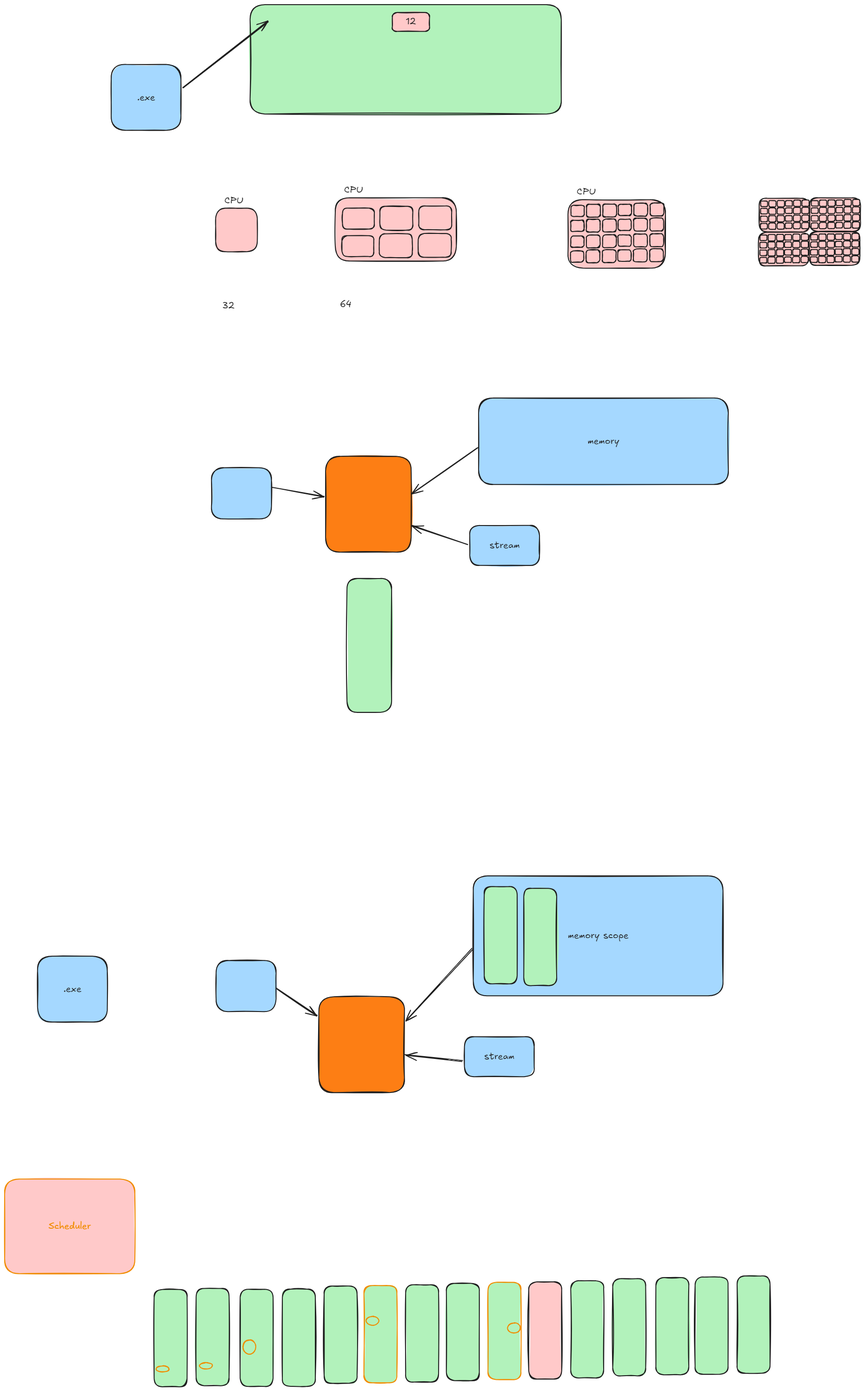
silvercodes/p32_p34_sp keeps this Excalidraw diagram as img/intro.excalidraw.png. Above is the earlier version. Source tidied: one line per element, renumbered; positions are measured from the earlier drawing's top-left corner, leaving out a move shared by most shapes.
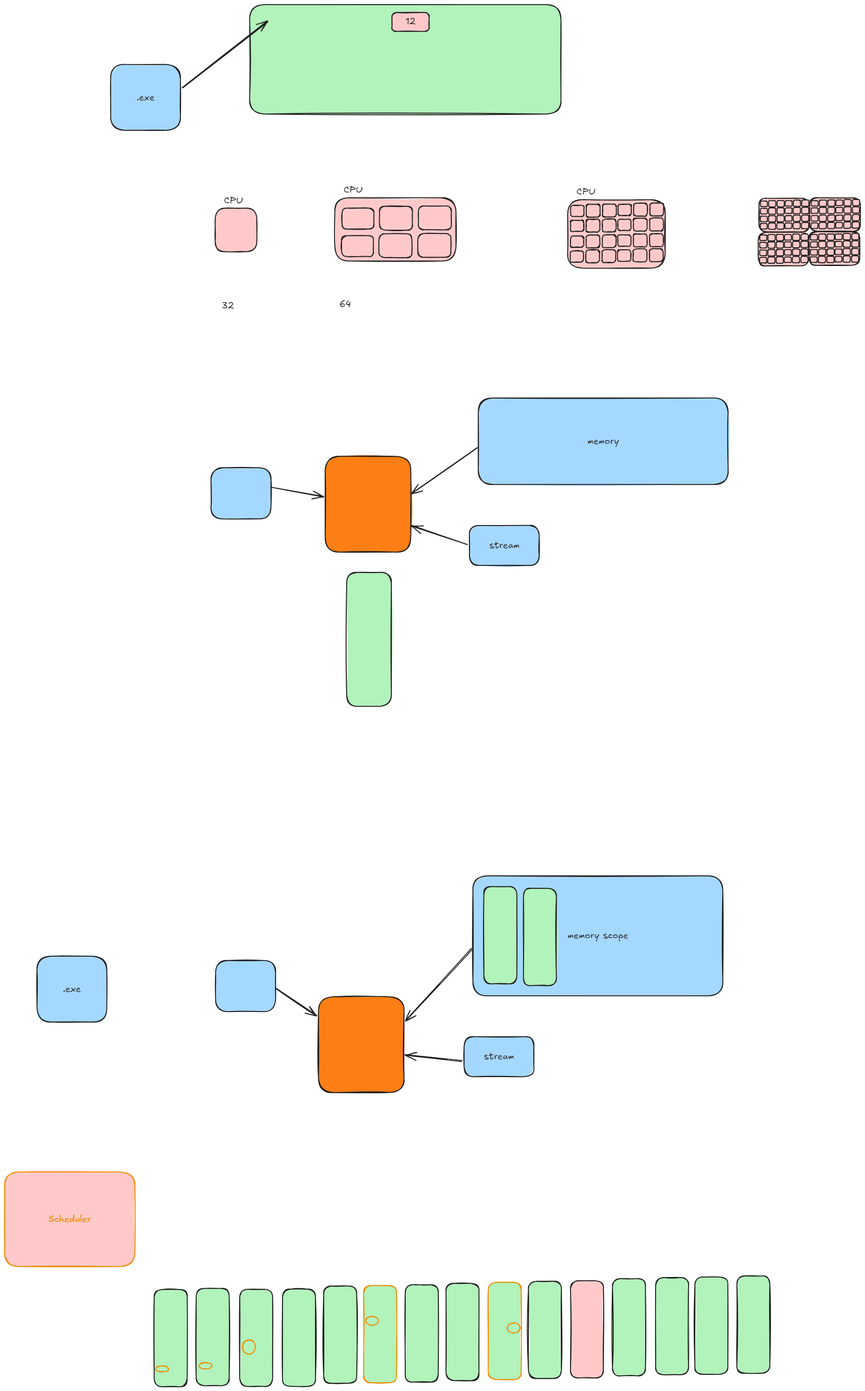
The same file after the commit.

What changed in the source:
```diff
@@ -151,7 +151,7 @@
 {"id": 150, "type": "arrow", "strokeColor": "#1e1e1e", "backgroundColor": "#a5d8ff", "fillStyle": "solid", "strokeWidth": 2, "roughness": 1, "endArrowhead": "arrow", "round": true, "from": 148, "to": 144, "x": 996, "y": 1160, "width": 120, "height": 40, "points": [[0, 0], [-120, -40]]}
 {"id": 151, "type": "rectangle", "strokeColor": "#1e1e1e", "backgroundColor": "#a5d8ff", "fillStyle": "solid", "strokeWidth": 2, "roughness": 1, "round": true, "x": 445, "y": 996, "width": 129, "height": 110}
 {"id": 152, "type": "arrow", "strokeColor": "#1e1e1e", "backgroundColor": "#a5d8ff", "fillStyle": "solid", "strokeWidth": 2, "roughness": 1, "endArrowhead": "arrow", "round": true, "from": 151, "to": 144, "x": 575, "y": 1037, "width": 111, "height": 21, "points": [[0, 0], [111, 21]]}
-{"id": 153, "type": "rectangle", "strokeColor": "#1e1e1e", "backgroundColor": "#b2f2bb", "fillStyle": "solid", "strokeWidth": 2, "roughness": 1, "round": true, "x": 736, "y": 1234, "width": 96, "height": 288}
+{"id": 153, "type": "rectangle", "strokeColor": "#1e1e1e", "backgroundColor": "#b2f2bb", "fillStyle": "solid", "strokeWidth": 2, "roughness": 1, "round": true, "x": 736, "y": 1221, "width": 96, "height": 288}
 {"id": 154, "type": "rectangle", "strokeColor": "#1e1e1e", "backgroundColor": "#a5d8ff", "fillStyle": "solid", "strokeWidth": 2, "roughness": 1, "round": true, "x": 71, "y": 2046, "width": 150, "height": 142}
 {"id": 155, "type": "text", "text": ".exe", "strokeColor": "#1e1e1e", "backgroundColor": "#a5d8ff", "fillStyle": "solid", "strokeWidth": 2, "roughness": 1, "fontSize": 20, "fontFamily": 5, "textAlign": "center", "verticalAlign": "middle", "inside": 154, "x": 126, "y": 2104, "width": 39, "height": 25}
 {"id": 156, "type": "rectangle", "strokeColor": "#1e1e1e", "backgroundColor": "#fd7e14", "fillStyle": "solid", "strokeWidth": 2, "roughness": 1, "round": true, "x": 676, "y": 2133, "width": 184, "height": 206}
@@ -165,25 +165,25 @@
 {"id": 164, "type": "arrow", "strokeColor": "#1e1e1e", "backgroundColor": "#a5d8ff", "fillStyle": "solid", "strokeWidth": 2, "roughness": 1, "endArrowhead": "arrow", "round": true, "from": 163, "to": 156, "x": 585, "y": 2116, "width": 87, "height": 58, "points": [[0, 0], [87, 58]]}
 {"id": 165, "type": "rectangle", "strokeColor": "#1e1e1e", "backgroundColor": "#b2f2bb", "fillStyle": "solid", "strokeWidth": 2, "roughness": 1, "round": true, "x": 1031, "y": 1896, "width": 71, "height": 209}
 {"id": 166, "type": "rectangle", "strokeColor": "#1e1e1e", "backgroundColor": "#b2f2bb", "fillStyle": "solid", "strokeWidth": 2, "roughness": 1, "round": true, "x": 950, "y": 2750, "width": 71, "height": 209}
-{"id": 167, "type": "rectangle", "strokeColor": "#f08c00", "backgroundColor": "#b2f2bb", "fillStyle": "solid", "strokeWidth": 2, "roughness": 1, "round": true, "x": 1039, "y": 2747, "width": 71, "height": 209}
+{"id": 167, "type": "rectangle", "strokeColor": "#f08c00", "backgroundColor": "#b2f2bb", "fillStyle": "solid", "strokeWidth": 2, "roughness": 1, "round": true, "x": 1040, "y": 2747, "width": 71, "height": 209}
-{"id": 168, "type": "rectangle", "strokeColor": "#1e1e1e", "backgroundColor": "#ffc9c9", "fillStyle": "solid", "strokeWidth": 2, "roughness": 1, "round": true, "x": 1127, "y": 2746, "width": 71, "height": 209}
+{"id": 168, "type": "rectangle", "strokeColor": "#1e1e1e", "backgroundColor": "#b2f2bb", "fillStyle": "solid", "strokeWidth": 2, "roughness": 1, "round": true, "x": 1127, "y": 2745, "width": 71, "height": 209}
-{"id": 169, "type": "rectangle", "strokeColor": "#1e1e1e", "backgroundColor": "#b2f2bb", "fillStyle": "solid", "strokeWidth": 2, "roughness": 1, "round": true, "x": 1217, "y": 2744, "width": 71, "height": 209}
+{"id": 169, "type": "rectangle", "strokeColor": "#1e1e1e", "backgroundColor": "#ffc9c9", "fillStyle": "solid", "strokeWidth": 2, "roughness": 1, "round": true, "x": 1217, "y": 2744, "width": 71, "height": 209}
 {"id": 170, "type": "rectangle", "strokeColor": "#1e1e1e", "backgroundColor": "#b2f2bb", "fillStyle": "solid", "strokeWidth": 2, "roughness": 1, "round": true, "x": 1308, "y": 2739, "width": 71, "height": 209}
 {"id": 171, "type": "rectangle", "strokeColor": "#1e1e1e", "backgroundColor": "#b2f2bb", "fillStyle": "solid", "strokeWidth": 2, "roughness": 1, "round": true, "x": 1400, "y": 2737, "width": 71, "height": 209}
 {"id": 172, "type": "rectangle", "strokeColor": "#1e1e1e", "backgroundColor": "#b2f2bb", "fillStyle": "solid", "strokeWidth": 2, "roughness": 1, "round": true, "x": 1485, "y": 2736, "width": 71, "height": 209}
 {"id": 173, "type": "rectangle", "strokeColor": "#1e1e1e", "backgroundColor": "#b2f2bb", "fillStyle": "solid", "strokeWidth": 2, "roughness": 1, "round": true, "x": 1575, "y": 2734, "width": 71, "height": 209}
-{"id": 174, "type": "rectangle", "strokeColor": "#1e1e1e", "backgroundColor": "#b2f2bb", "fillStyle": "solid", "strokeWidth": 2, "roughness": 1, "round": true, "x": 321, "y": 2763, "width": 71, "height": 209}
+{"id": 174, "type": "rectangle", "strokeColor": "#1e1e1e", "backgroundColor": "#b2f2bb", "fillStyle": "solid", "strokeWidth": 2, "roughness": 1, "round": true, "x": 323, "y": 2763, "width": 71, "height": 209}
-{"id": 175, "type": "rectangle", "strokeColor": "#1e1e1e", "backgroundColor": "#b2f2bb", "fillStyle": "solid", "strokeWidth": 2, "roughness": 1, "round": true, "x": 412, "y": 2761, "width": 71, "height": 209}
+{"id": 175, "type": "rectangle", "strokeColor": "#1e1e1e", "backgroundColor": "#b2f2bb", "fillStyle": "solid", "strokeWidth": 2, "roughness": 1, "round": true, "x": 413, "y": 2761, "width": 71, "height": 209}
 {"id": 176, "type": "rectangle", "strokeColor": "#1e1e1e", "backgroundColor": "#b2f2bb", "fillStyle": "solid", "strokeWidth": 2, "roughness": 1, "round": true, "x": 506, "y": 2762, "width": 71, "height": 209}
 {"id": 177, "type": "rectangle", "strokeColor": "#1e1e1e", "backgroundColor": "#b2f2bb", "fillStyle": "solid", "strokeWidth": 2, "roughness": 1, "round": true, "x": 862, "y": 2753, "width": 71, "height": 209}
 {"id": 178, "type": "rectangle", "strokeColor": "#1e1e1e", "backgroundColor": "#b2f2bb", "fillStyle": "solid", "strokeWidth": 2, "roughness": 1, "round": true, "x": 687, "y": 2755, "width": 71, "height": 209}
 {"id": 179, "type": "rectangle", "strokeColor": "#f08c00", "backgroundColor": "#b2f2bb", "fillStyle": "solid", "strokeWidth": 2, "roughness": 1, "round": true, "x": 773, "y": 2754, "width": 71, "height": 209}
-{"id": 180, "type": "rectangle", "strokeColor": "#1e1e1e", "backgroundColor": "#b2f2bb", "fillStyle": "solid", "strokeWidth": 2, "roughness": 1, "round": true, "x": 597, "y": 2762, "width": 71, "height": 209}
+{"id": 180, "type": "rectangle", "strokeColor": "#1e1e1e", "backgroundColor": "#b2f2bb", "fillStyle": "solid", "strokeWidth": 2, "roughness": 1, "round": true, "x": 598, "y": 2762, "width": 71, "height": 209}
 {"id": 181, "type": "ellipse", "strokeColor": "#f08c00", "backgroundColor": "#b2f2bb", "fillStyle": "solid", "strokeWidth": 2, "roughness": 1, "round": true, "x": 326, "y": 2927, "width": 27, "height": 13}
 {"id": 182, "type": "ellipse", "strokeColor": "#f08c00", "backgroundColor": "#b2f2bb", "fillStyle": "solid", "strokeWidth": 2, "roughness": 1, "round": true, "x": 419, "y": 2920, "width": 27, "height": 13}
 {"id": 183, "type": "ellipse", "strokeColor": "#f08c00", "backgroundColor": "#b2f2bb", "fillStyle": "solid", "strokeWidth": 2, "roughness": 1, "round": true, "x": 513, "y": 2871, "width": 27, "height": 31}
-{"id": 184, "type": "rectangle", "strokeColor": "#f08c00", "backgroundColor": "#ffc9c9", "fillStyle": "solid", "strokeWidth": 2, "roughness": 1, "round": true, "x": 0, "y": 2525, "width": 280, "height": 203}
+{"id": 184, "type": "rectangle", "strokeColor": "#f08c00", "backgroundColor": "#ffc9c9", "fillStyle": "solid", "strokeWidth": 2, "roughness": 1, "round": true, "x": 1, "y": 2510, "width": 280, "height": 203}
-{"id": 185, "type": "text", "text": "Scheduler", "strokeColor": "#f08c00", "backgroundColor": "#ffc9c9", "fillStyle": "solid", "strokeWidth": 2, "roughness": 1, "fontSize": 20, "fontFamily": 5, "textAlign": "center", "verticalAlign": "middle", "inside": 184, "x": 94, "y": 2614, "width": 91, "height": 25}
+{"id": 185, "type": "text", "text": "Scheduler", "strokeColor": "#f08c00", "backgroundColor": "#ffc9c9", "fillStyle": "solid", "strokeWidth": 2, "roughness": 1, "fontSize": 20, "fontFamily": 5, "textAlign": "center", "verticalAlign": "middle", "inside": 184, "x": 96, "y": 2599, "width": 91, "height": 25}
 {"id": 186, "type": "ellipse", "strokeColor": "#f08c00", "backgroundColor": "#b2f2bb", "fillStyle": "solid", "strokeWidth": 2, "roughness": 1, "round": true, "x": 777, "y": 2821, "width": 27, "height": 19}
 {"id": 187, "type": "rectangle", "strokeColor": "#1e1e1e", "backgroundColor": "#b2f2bb", "fillStyle": "solid", "strokeWidth": 2, "roughness": 1, "round": true, "x": 1116, "y": 1900, "width": 71, "height": 209}
 {"id": 188, "type": "ellipse", "strokeColor": "#f08c00", "backgroundColor": "#b2f2bb", "fillStyle": "solid", "strokeWidth": 2, "roughness": 1, "round": true, "x": 1082, "y": 2835, "width": 27, "height": 22}
```
